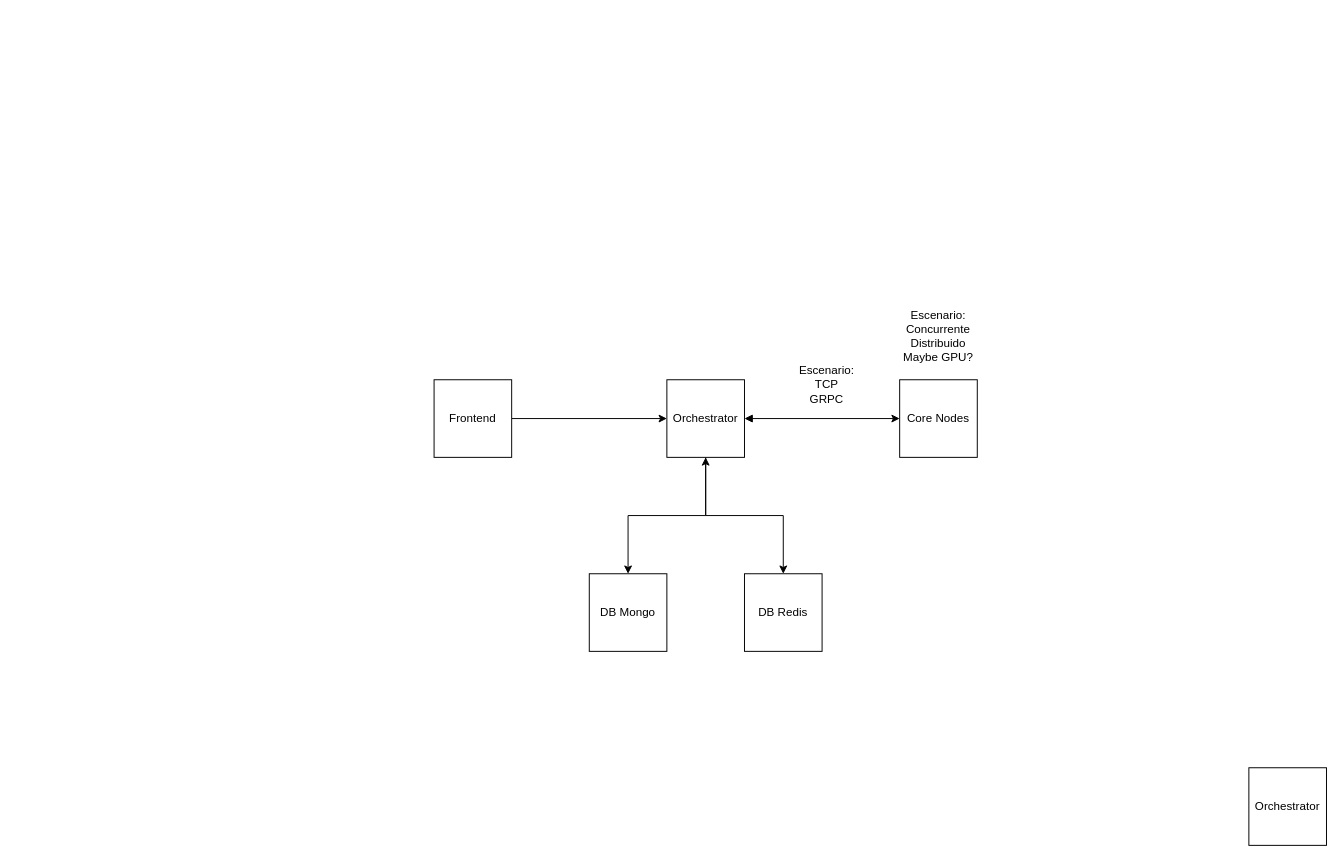
Giorgio6846/UPC-TF-PCyD keeps this draw.io diagram as DiagramaTF.drawio. Above is the earlier version. Source tidied: cells renumbered, new cells numbered last; positions are measured from the earlier drawing's top-left corner, leaving out a move shared by most shapes. Both pictures are drawn from the tidied source at 97%, with x=0, y=0 at pixel (434, 321).
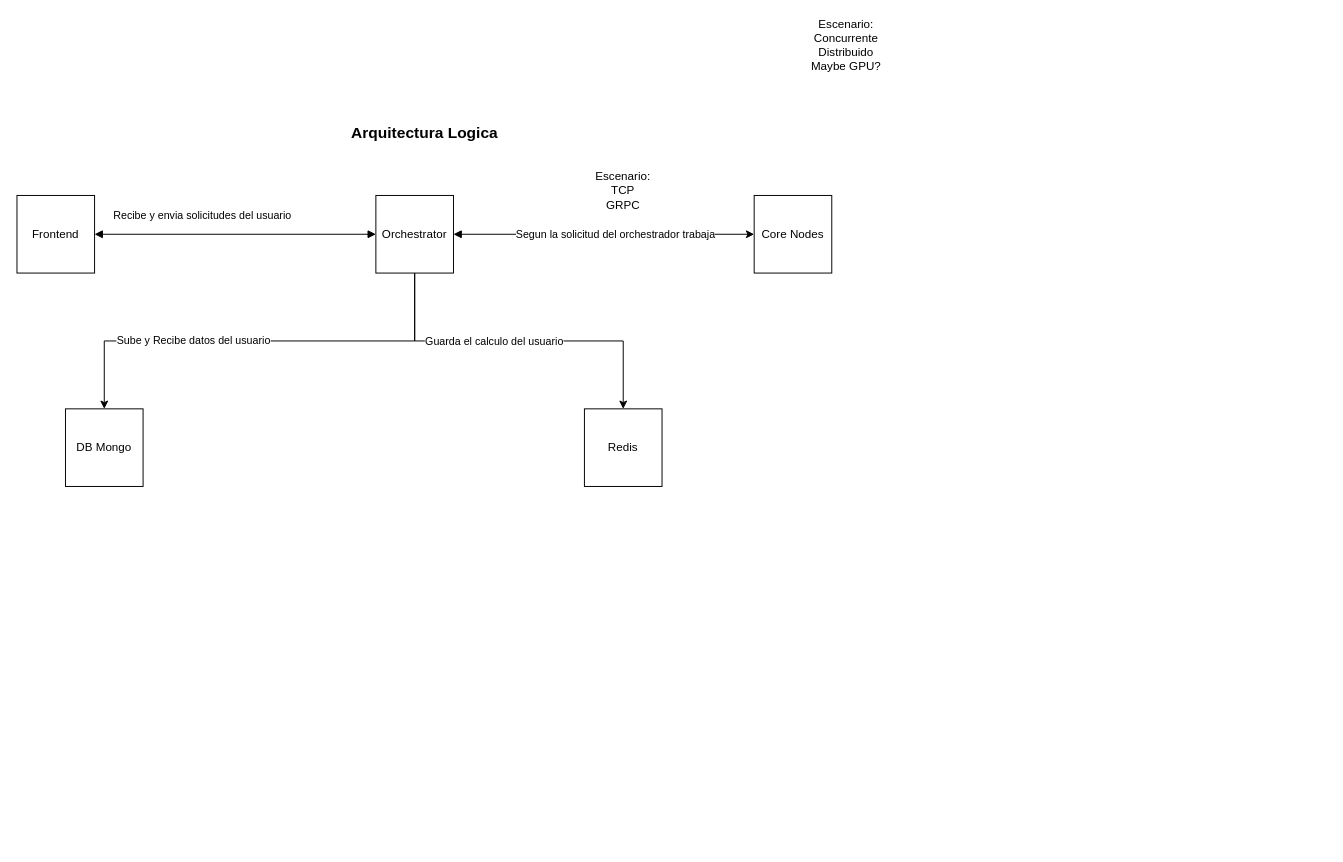
After the change.

The change refers to these unchanged cells:
```xml
<mxCell id="5" style="edgeStyle=orthogonalEdgeStyle;rounded=0;jettySize=auto;html=1;startArrow=block;startFill=1;" parent="1" edge="1" source="6" target="7">
  <mxGeometry relative="1" as="geometry" />
</mxCell>
```

Diff of the diagram source:
```diff
@@
-    <mxCell id="2" value="Orchestrator" style="whiteSpace=wrap;html=1;" parent="1" vertex="1">
-      <mxGeometry x="840" y="460" width="80" height="80" as="geometry" />
-    </mxCell>
-    <mxCell id="3" style="edgeStyle=orthogonalEdgeStyle;rounded=0;jettySize=auto;html=1;entryX=0.5;entryY=0;entryDx=0;entryDy=0;startArrow=classic;startFill=1;" parent="1" edge="1" source="6" target="11">
-      <mxGeometry relative="1" as="geometry" />
-    </mxCell>
     <mxCell id="4" style="edgeStyle=orthogonalEdgeStyle;rounded=0;jettySize=auto;html=1;entryX=0.5;entryY=0;entryDx=0;entryDy=0;" parent="1" edge="1" source="6" target="10">
-      <mxGeometry relative="1" as="geometry" />
+      <mxGeometry relative="1" as="geometry">
+        <Array as="points">
+          <mxPoint x="-20" y="20" />
+          <mxPoint x="-340" y="20" />
+        </Array>
+      </mxGeometry>
     </mxCell>
+    <mxCell id="14" value="Sube y Recibe datos del usuario" style="edgeLabel;html=1;align=center;verticalAlign=middle;" parent="4" vertex="1">
+      <mxGeometry x="-0.26" y="-1" relative="1" as="geometry">
+        <mxPoint x="-129" as="offset" />
+      </mxGeometry>
+    </mxCell>
@@
+    <mxCell id="15" value="Segun la solicitud del orchestrador trabaja" style="edgeLabel;html=1;align=center;verticalAlign=middle;" parent="5" vertex="1">
+      <mxGeometry x="0.07" y="1" relative="1" as="geometry" />
+    </mxCell>
+    <mxCell id="16" style="edgeStyle=orthogonalEdgeStyle;html=1;entryX=0.5;entryY=0;entryDx=0;entryDy=0;rounded=0;curved=0;" parent="1" edge="1" source="6" target="20">
+      <mxGeometry relative="1" as="geometry">
+        <Array as="points">
+          <mxPoint x="-20" y="20" />
+          <mxPoint x="195" y="20" />
+        </Array>
+      </mxGeometry>
+    </mxCell>
+    <mxCell id="17" value="Guarda el calculo del usuario" style="edgeLabel;html=1;align=center;verticalAlign=middle;" parent="16" vertex="1">
+      <mxGeometry x="-0.15" relative="1" as="geometry" />
+    </mxCell>
     <mxCell id="6" value="Orchestrator" style="whiteSpace=wrap;html=1;" parent="1" vertex="1">
-      <mxGeometry x="240" y="60" width="80" height="80" as="geometry" />
+      <mxGeometry x="-60" y="-130" width="80" height="80" as="geometry" />
     </mxCell>
     <mxCell id="7" value="Core Nodes" style="whiteSpace=wrap;html=1;" parent="1" vertex="1">
-      <mxGeometry x="480" y="60" width="80" height="80" as="geometry" />
+      <mxGeometry x="330" y="-130" width="80" height="80" as="geometry" />
     </mxCell>
-    <mxCell id="8" style="edgeStyle=orthogonalEdgeStyle;rounded=0;jettySize=auto;html=1;entryX=0;entryY=0.5;entryDx=0;entryDy=0;" parent="1" edge="1" source="9" target="6">
+    <mxCell id="8" style="edgeStyle=orthogonalEdgeStyle;rounded=0;jettySize=auto;html=1;entryX=0;entryY=0.5;entryDx=0;entryDy=0;startArrow=block;startFill=1;endArrow=block;endFill=1;" parent="1" edge="1" source="9" target="6">
       <mxGeometry relative="1" as="geometry" />
     </mxCell>
+    <mxCell id="18" value="Recibe y envia solicitudes del usuario" style="edgeLabel;html=1;align=center;verticalAlign=middle;" parent="8" vertex="1">
+      <mxGeometry x="-0.17" y="2" relative="1" as="geometry">
+        <mxPoint x="-10" y="-18" as="offset" />
+      </mxGeometry>
+    </mxCell>
     <mxCell id="9" value="Frontend" style="whiteSpace=wrap;html=1;" parent="1" vertex="1">
-      <mxGeometry y="60" width="80" height="80" as="geometry" />
+      <mxGeometry x="-430" y="-130" width="80" height="80" as="geometry" />
     </mxCell>
     <mxCell id="10" value="DB Mongo" style="whiteSpace=wrap;html=1;" parent="1" vertex="1">
-      <mxGeometry x="160" y="260" width="80" height="80" as="geometry" />
+      <mxGeometry x="-380" y="90" width="80" height="80" as="geometry" />
     </mxCell>
-    <mxCell id="11" value="DB Redis" style="whiteSpace=wrap;html=1;" parent="1" vertex="1">
-      <mxGeometry x="320" y="260" width="80" height="80" as="geometry" />
-    </mxCell>
     <mxCell id="12" value="Escenario:&lt;div&gt;Concurrente&lt;/div&gt;&lt;div&gt;Distribuido&lt;/div&gt;&lt;div&gt;Maybe GPU?&lt;/div&gt;" style="text;html=1;whiteSpace=wrap;strokeColor=none;fillColor=none;align=center;verticalAlign=middle;rounded=0;" parent="1" vertex="1">
-      <mxGeometry x="475" width="90" height="30" as="geometry" />
+      <mxGeometry x="380" y="-300" width="90" height="30" as="geometry" />
     </mxCell>
     <mxCell id="13" value="Escenario:&lt;div&gt;TCP&lt;/div&gt;&lt;div&gt;GRPC&lt;/div&gt;" style="text;html=1;whiteSpace=wrap;strokeColor=none;fillColor=none;align=center;verticalAlign=middle;rounded=0;" parent="1" vertex="1">
-      <mxGeometry x="360" y="50" width="90" height="30" as="geometry" />
+      <mxGeometry x="150" y="-150" width="90" height="30" as="geometry" />
     </mxCell>
+    <mxCell id="19" value="&lt;font style=&quot;font-size: 16px;&quot;&gt;&lt;b&gt;Arquitectura Logica&lt;/b&gt;&lt;/font&gt;" style="text;html=1;whiteSpace=wrap;strokeColor=none;fillColor=none;align=center;verticalAlign=middle;rounded=0;" parent="1" vertex="1">
+      <mxGeometry x="-107.5" y="-210" width="195" height="30" as="geometry" />
+    </mxCell>
+    <mxCell id="20" value="Redis" style="whiteSpace=wrap;html=1;" parent="1" vertex="1">
+      <mxGeometry x="155" y="90" width="80" height="80" as="geometry" />
+    </mxCell>
```
